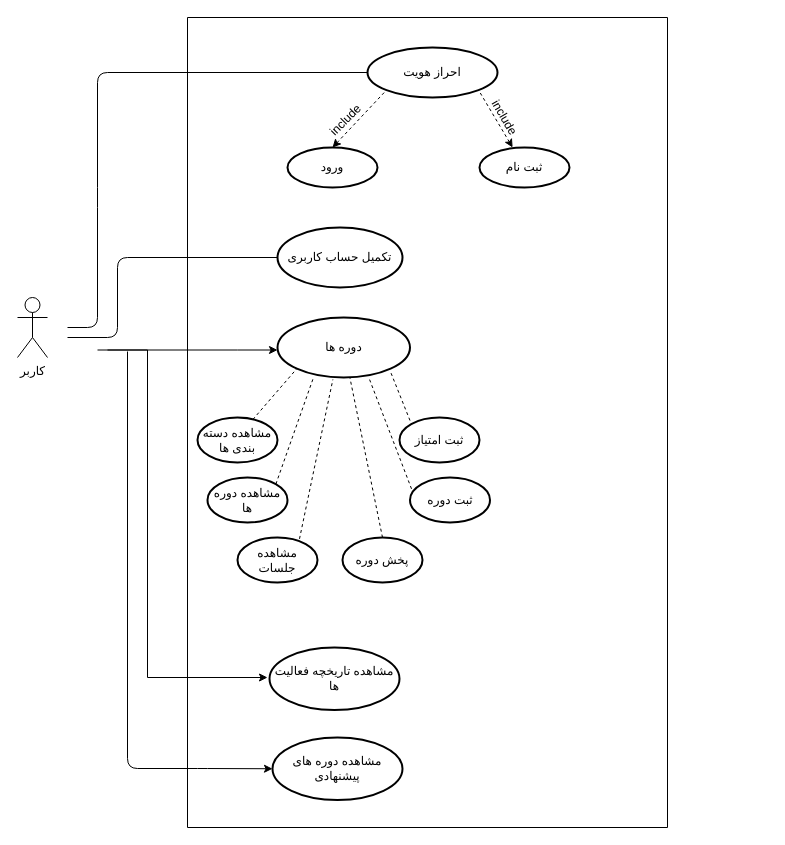
Earlier version of the draw.io diagram Docs./Usecase.drawio (ShadiMe-flutter/Workout). Source tidied: cells renumbered, new cells numbered last; positions are measured from the earlier drawing's top-left corner, leaving out a move shared by most shapes. Both pictures are drawn from the tidied source at 100%, with x=0, y=0 at pixel (17, 17).
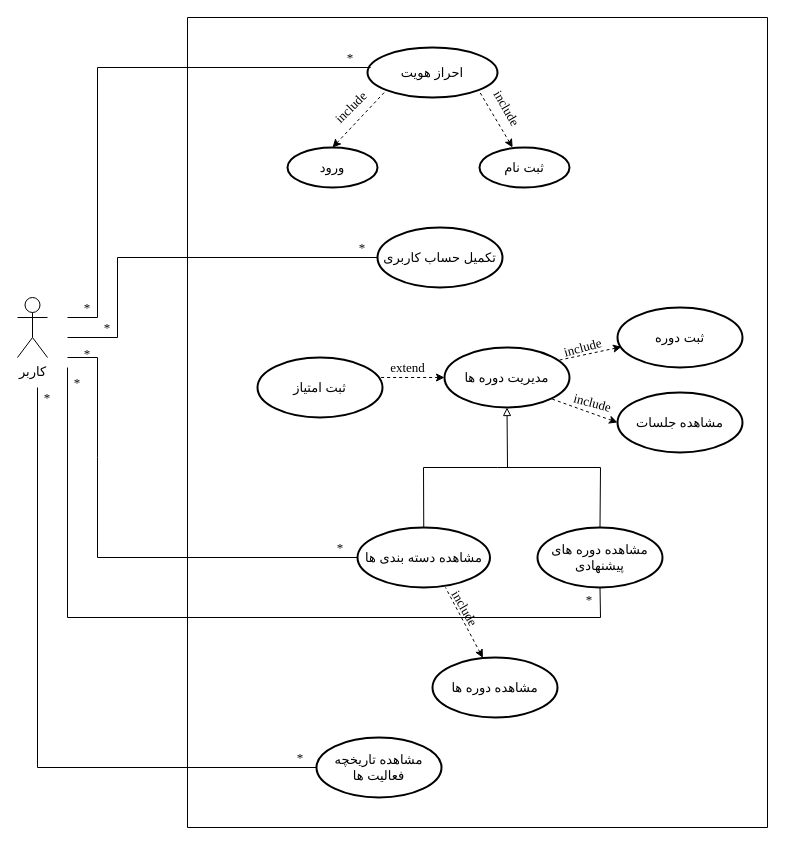
Above is the later version.

Diff of the diagram source:
```diff
@@
-    <mxCell id="2" value="کاربر" style="shape=umlActor;verticalLabelPosition=bottom;verticalAlign=top;html=1;" parent="1" vertex="1">
+    <mxCell id="2" value="&lt;font style=&quot;font-size: 13px&quot; face=&quot;B Zar&quot;&gt;کاربر&lt;/font&gt;" style="shape=umlActor;verticalLabelPosition=bottom;verticalAlign=top;html=1;" parent="1" vertex="1">
       <mxGeometry y="280" width="30" height="60" as="geometry" />
     </mxCell>
     <mxCell id="3" style="verticalLabelPosition=bottom;verticalAlign=top;html=1;shape=mxgraph.basic.rect;fillColor2=none;strokeWidth=1;size=20;indent=5;direction=south;" parent="1" vertex="1">
-      <mxGeometry x="170" width="480" height="810" as="geometry" />
+      <mxGeometry x="170" width="580" height="810" as="geometry" />
     </mxCell>
-    <mxCell id="4" value="احراز هویت" style="strokeWidth=2;html=1;shape=mxgraph.flowchart.start_1;whiteSpace=wrap;" parent="1" vertex="1">
+    <mxCell id="4" value="&lt;font face=&quot;B Zar&quot; style=&quot;font-size: 13px&quot;&gt;احراز هویت&lt;/font&gt;" style="strokeWidth=2;html=1;shape=mxgraph.flowchart.start_1;whiteSpace=wrap;fillColor=#FFFFFF;" parent="1" vertex="1">
       <mxGeometry x="350" y="30" width="130" height="50" as="geometry" />
     </mxCell>
-    <mxCell id="5" value="ورود" style="strokeWidth=2;html=1;shape=mxgraph.flowchart.start_1;whiteSpace=wrap;" parent="1" vertex="1">
+    <mxCell id="5" value="&lt;font face=&quot;B Zar&quot; style=&quot;font-size: 13px&quot;&gt;ورود&lt;/font&gt;" style="strokeWidth=2;html=1;shape=mxgraph.flowchart.start_1;whiteSpace=wrap;" parent="1" vertex="1">
       <mxGeometry x="270" y="130" width="90" height="40" as="geometry" />
     </mxCell>
-    <mxCell id="6" value="ثبت نام" style="strokeWidth=2;html=1;shape=mxgraph.flowchart.start_1;whiteSpace=wrap;" parent="1" vertex="1">
+    <mxCell id="6" value="&lt;font face=&quot;B Zar&quot; style=&quot;font-size: 13px&quot;&gt;ثبت نام&lt;/font&gt;" style="strokeWidth=2;html=1;shape=mxgraph.flowchart.start_1;whiteSpace=wrap;" parent="1" vertex="1">
       <mxGeometry x="462" y="130" width="90" height="40" as="geometry" />
     </mxCell>
@@
-    <mxCell id="9" value="include" style="text;html=1;align=center;verticalAlign=middle;fillColor=none;strokeColor=none;rounded=0;rotation=-45;direction=east;" parent="1" vertex="1">
-      <mxGeometry x="303.2" y="93" width="50" height="20" as="geometry" />
+    <mxCell id="9" value="&lt;font face=&quot;Times New Roman&quot; style=&quot;font-size: 13px&quot;&gt;include&lt;/font&gt;" style="text;html=1;align=center;verticalAlign=middle;fillColor=none;strokeColor=none;rounded=0;rotation=-45;direction=east;" parent="1" vertex="1">
+      <mxGeometry x="308.2" y="80" width="50" height="20" as="geometry" />
     </mxCell>
-    <mxCell id="10" value="include" style="text;html=1;align=center;verticalAlign=middle;fillColor=none;strokeColor=none;rounded=0;rotation=60;" parent="1" vertex="1">
-      <mxGeometry x="462" y="90" width="50" height="20" as="geometry" />
+    <mxCell id="10" value="&lt;font face=&quot;Times New Roman&quot; style=&quot;font-size: 13px&quot;&gt;include&lt;/font&gt;" style="text;html=1;align=center;verticalAlign=middle;fillColor=none;strokeColor=none;rounded=0;rotation=60;" parent="1" vertex="1">
+      <mxGeometry x="464.5" y="80" width="50" height="20" as="geometry" />
     </mxCell>
-    <mxCell id="11" value="مشاهده تاریخچه فعالیت ها" style="strokeWidth=2;html=1;shape=mxgraph.flowchart.start_1;whiteSpace=wrap;" parent="1" vertex="1">
-      <mxGeometry x="252" y="630" width="130" height="62.5" as="geometry" />
-    </mxCell>
-    <mxCell id="12" value="دوره ها" style="strokeWidth=2;html=1;shape=mxgraph.flowchart.start_1;whiteSpace=wrap;" parent="1" vertex="1">
-      <mxGeometry x="260" y="300" width="132.5" height="60" as="geometry" />
+    <mxCell id="12" value="&lt;font face=&quot;B Zar&quot; style=&quot;font-size: 13px&quot;&gt;مشاهده دسته بندی ها&lt;/font&gt;" style="strokeWidth=2;html=1;shape=mxgraph.flowchart.start_1;whiteSpace=wrap;" parent="1" vertex="1">
+      <mxGeometry x="340" y="510" width="132.5" height="60" as="geometry" />
     </mxCell>
-    <mxCell id="13" style="edgeStyle=orthogonalEdgeStyle;rounded=0;orthogonalLoop=1;jettySize=auto;html=1;" parent="1" edge="1">
-      <mxGeometry relative="1" as="geometry">
-        <mxPoint x="90" y="332.5" as="sourcePoint" />
-        <mxPoint x="250" y="660" as="targetPoint" />
-        <Array as="points">
-          <mxPoint x="130" y="333" />
-          <mxPoint x="130" y="660" />
-        </Array>
-      </mxGeometry>
-    </mxCell>
-    <mxCell id="14" style="edgeStyle=orthogonalEdgeStyle;rounded=0;jettySize=auto;html=1;" parent="1" edge="1" target="12">
-      <mxGeometry relative="1" as="geometry">
-        <mxPoint x="80" y="332.5" as="sourcePoint" />
-        <Array as="points">
-          <mxPoint x="220" y="333" />
-          <mxPoint x="220" y="333" />
-        </Array>
-      </mxGeometry>
-    </mxCell>
-    <mxCell id="15" value="تکمیل حساب کاربری" style="strokeWidth=2;html=1;shape=mxgraph.flowchart.start_1;whiteSpace=wrap;" parent="1" vertex="1">
-      <mxGeometry x="260" y="210" width="125" height="60" as="geometry" />
+    <mxCell id="15" value="&lt;font face=&quot;B Zar&quot; style=&quot;font-size: 13px&quot;&gt;تکمیل حساب کاربری&lt;/font&gt;" style="strokeWidth=2;html=1;shape=mxgraph.flowchart.start_1;whiteSpace=wrap;" parent="1" vertex="1">
+      <mxGeometry x="360" y="210" width="125" height="60" as="geometry" />
     </mxCell>
-    <mxCell id="16" value="مشاهده دوره های پیشنهادی" style="strokeWidth=2;html=1;shape=mxgraph.flowchart.start_1;whiteSpace=wrap;" parent="1" vertex="1">
-      <mxGeometry x="255" y="720" width="130" height="62.5" as="geometry" />
-    </mxCell>
-    <mxCell id="17" style="endArrow=classic;html=1;entryX=0;entryY=0.5;entryDx=0;entryDy=0;entryPerimeter=0;" parent="1" edge="1" target="16">
-      <mxGeometry relative="1" as="geometry">
-        <mxPoint x="110" y="334" as="sourcePoint" />
-        <Array as="points">
-          <mxPoint x="110" y="751" />
-          <mxPoint x="180" y="751" />
-        </Array>
-      </mxGeometry>
-    </mxCell>
-    <mxCell id="18" value="مشاهده دسته بندی ها" style="strokeWidth=2;html=1;shape=mxgraph.flowchart.start_1;whiteSpace=wrap;" parent="1" vertex="1">
-      <mxGeometry x="180" y="400" width="80" height="45" as="geometry" />
-    </mxCell>
-    <mxCell id="19" value="مشاهده دوره ها" style="strokeWidth=2;html=1;shape=mxgraph.flowchart.start_1;whiteSpace=wrap;" parent="1" vertex="1">
-      <mxGeometry x="190" y="460" width="80" height="45" as="geometry" />
-    </mxCell>
+    <mxCell id="32" value="&lt;font style=&quot;font-size: 13px&quot; face=&quot;Times New Roman&quot;&gt;*&lt;/font&gt;" style="text;html=1;strokeColor=none;fillColor=none;align=center;verticalAlign=middle;whiteSpace=wrap;rounded=0;" parent="1" vertex="1">
+      <mxGeometry x="313.2" y="30" width="40" height="20" as="geometry" />
+    </mxCell>
+    <mxCell id="33" value="&lt;font style=&quot;font-size: 13px&quot; face=&quot;Times New Roman&quot;&gt;*&lt;/font&gt;" style="text;html=1;strokeColor=none;fillColor=none;align=center;verticalAlign=middle;whiteSpace=wrap;rounded=0;" parent="1" vertex="1">
+      <mxGeometry x="50" y="280" width="40" height="20" as="geometry" />
+    </mxCell>
+    <mxCell id="34" value="&lt;font style=&quot;font-size: 13px&quot; face=&quot;Times New Roman&quot;&gt;*&lt;/font&gt;" style="text;html=1;strokeColor=none;fillColor=none;align=center;verticalAlign=middle;whiteSpace=wrap;rounded=0;" parent="1" vertex="1">
+      <mxGeometry x="325" y="220" width="40" height="20" as="geometry" />
+    </mxCell>
+    <mxCell id="35" value="&lt;font style=&quot;font-size: 13px&quot; face=&quot;Times New Roman&quot;&gt;*&lt;/font&gt;" style="text;html=1;strokeColor=none;fillColor=none;align=center;verticalAlign=middle;whiteSpace=wrap;rounded=0;" parent="1" vertex="1">
+      <mxGeometry x="70" y="300" width="40" height="20" as="geometry" />
+    </mxCell>
-    <mxCell id="20" value="ثبت امتیاز" style="strokeWidth=2;html=1;shape=mxgraph.flowchart.start_1;whiteSpace=wrap;" parent="1" vertex="1">
-      <mxGeometry x="382" y="400" width="80" height="45" as="geometry" />
+    <mxCell id="20" value="&lt;font face=&quot;B Zar&quot; style=&quot;font-size: 13px&quot;&gt;ثبت امتیاز&lt;/font&gt;" style="strokeWidth=2;html=1;shape=mxgraph.flowchart.start_1;whiteSpace=wrap;" parent="1" vertex="1">
+      <mxGeometry x="240" y="340" width="125" height="60" as="geometry" />
     </mxCell>
+    <mxCell id="36" value="&lt;font face=&quot;B Zar&quot; style=&quot;font-size: 13px&quot;&gt;مدیریت دوره ها&lt;/font&gt;" style="strokeWidth=2;html=1;shape=mxgraph.flowchart.start_1;whiteSpace=wrap;" parent="1" vertex="1">
+      <mxGeometry x="427" y="330" width="125" height="60" as="geometry" />
+    </mxCell>
-    <mxCell id="21" value="ثبت دوره" style="strokeWidth=2;html=1;shape=mxgraph.flowchart.start_1;whiteSpace=wrap;" parent="1" vertex="1">
-      <mxGeometry x="392.5" y="460" width="80" height="45" as="geometry" />
+    <mxCell id="21" value="&lt;font face=&quot;B Zar&quot; style=&quot;font-size: 13px&quot;&gt;ثبت دوره&lt;/font&gt;" style="strokeWidth=2;html=1;shape=mxgraph.flowchart.start_1;whiteSpace=wrap;" parent="1" vertex="1">
+      <mxGeometry x="600" y="290" width="125" height="60" as="geometry" />
     </mxCell>
-    <mxCell id="22" value="مشاهده جلسات" style="strokeWidth=2;html=1;shape=mxgraph.flowchart.start_1;whiteSpace=wrap;" parent="1" vertex="1">
-      <mxGeometry x="220" y="520" width="80" height="45" as="geometry" />
+    <mxCell id="22" value="&lt;font face=&quot;B Zar&quot; style=&quot;font-size: 13px&quot;&gt;مشاهده جلسات&lt;/font&gt;" style="strokeWidth=2;html=1;shape=mxgraph.flowchart.start_1;whiteSpace=wrap;" parent="1" vertex="1">
+      <mxGeometry x="600" y="375" width="125" height="60" as="geometry" />
     </mxCell>
-    <mxCell id="23" value="پخش دوره" style="strokeWidth=2;html=1;shape=mxgraph.flowchart.start_1;whiteSpace=wrap;" parent="1" vertex="1">
-      <mxGeometry x="325" y="520" width="80" height="45" as="geometry" />
-    </mxCell>
-    <mxCell id="24" style="endArrow=none;dashed=1;html=1;entryX=0.855;entryY=0.855;entryDx=0;entryDy=0;entryPerimeter=0;" parent="1" edge="1">
-      <mxGeometry relative="1" as="geometry">
-        <mxPoint x="392.5" y="403" as="sourcePoint" />
-        <mxPoint x="372.5" y="353" as="targetPoint" />
-      </mxGeometry>
-    </mxCell>
-    <mxCell id="25" style="endArrow=none;dashed=1;html=1;entryX=0.145;entryY=0.855;entryDx=0;entryDy=0;entryPerimeter=0;exitX=0.692;exitY=0.044;exitDx=0;exitDy=0;exitPerimeter=0;" parent="1" edge="1" source="18" target="12">
-      <mxGeometry relative="1" as="geometry" />
-    </mxCell>
-    <mxCell id="26" style="endArrow=none;dashed=1;html=1;entryX=0.689;entryY=1;entryDx=0;entryDy=0;entryPerimeter=0;exitX=0.019;exitY=0.252;exitDx=0;exitDy=0;exitPerimeter=0;" parent="1" edge="1" source="21" target="12">
-      <mxGeometry relative="1" as="geometry" />
-    </mxCell>
-    <mxCell id="27" style="endArrow=none;dashed=1;html=1;exitX=0.5;exitY=0;exitDx=0;exitDy=0;exitPerimeter=0;" parent="1" edge="1" source="23" target="12">
-      <mxGeometry relative="1" as="geometry" />
-    </mxCell>
-    <mxCell id="28" style="endArrow=none;dashed=1;html=1;exitX=0.855;exitY=0.145;exitDx=0;exitDy=0;exitPerimeter=0;" parent="1" edge="1" source="19">
-      <mxGeometry relative="1" as="geometry">
-        <mxPoint x="296" y="360" as="targetPoint" />
-      </mxGeometry>
-    </mxCell>
-    <mxCell id="29" style="endArrow=none;dashed=1;html=1;entryX=0.418;entryY=1.033;entryDx=0;entryDy=0;entryPerimeter=0;exitX=0.775;exitY=0.03;exitDx=0;exitDy=0;exitPerimeter=0;" parent="1" edge="1" source="22" target="12">
-      <mxGeometry relative="1" as="geometry" />
-    </mxCell>
-    <mxCell id="30" style="endArrow=none;html=1;entryX=0;entryY=0.5;entryDx=0;entryDy=0;entryPerimeter=0;" parent="1" edge="1" target="4">
-      <mxGeometry relative="1" as="geometry">
-        <mxPoint x="50" y="310" as="sourcePoint" />
-        <Array as="points">
-          <mxPoint x="80" y="310" />
-          <mxPoint x="80" y="180" />
-          <mxPoint x="80" y="55" />
-        </Array>
-      </mxGeometry>
-    </mxCell>
-    <mxCell id="31" style="endArrow=none;html=1;entryX=0;entryY=0.5;entryDx=0;entryDy=0;entryPerimeter=0;" parent="1" edge="1" target="15">
-      <mxGeometry relative="1" as="geometry">
-        <mxPoint x="50" y="320" as="sourcePoint" />
-        <Array as="points">
-          <mxPoint x="100" y="320" />
-          <mxPoint x="100" y="240" />
-        </Array>
-      </mxGeometry>
-    </mxCell>
+    <mxCell id="16" value="&lt;font style=&quot;font-size: 13px&quot; face=&quot;B Zar&quot;&gt;مشاهده دوره های پیشنهادی&lt;/font&gt;" style="strokeWidth=2;html=1;shape=mxgraph.flowchart.start_1;whiteSpace=wrap;" parent="1" vertex="1">
+      <mxGeometry x="520" y="510" width="125" height="60" as="geometry" />
+    </mxCell>
+    <mxCell id="19" value="&lt;font face=&quot;B Zar&quot; style=&quot;font-size: 13px&quot;&gt;مشاهده دوره ها&lt;/font&gt;" style="strokeWidth=2;html=1;shape=mxgraph.flowchart.start_1;whiteSpace=wrap;" parent="1" vertex="1">
+      <mxGeometry x="415" y="640" width="125" height="60" as="geometry" />
+    </mxCell>
+    <mxCell id="11" value="&lt;font face=&quot;B Zar&quot; style=&quot;font-size: 13px&quot;&gt;مشاهده تاریخچه فعالیت ها&lt;/font&gt;" style="strokeWidth=2;html=1;shape=mxgraph.flowchart.start_1;whiteSpace=wrap;" parent="1" vertex="1">
+      <mxGeometry x="299" y="720" width="125" height="60" as="geometry" />
+    </mxCell>
+    <mxCell id="37" style="endArrow=none;dashed=1;html=1;exitX=0.032;exitY=0.656;exitDx=0;exitDy=0;exitPerimeter=0;startArrow=classic;startFill=1;" parent="1" edge="1" source="21">
+      <mxGeometry relative="1" as="geometry">
+        <mxPoint x="540" y="343" as="targetPoint" />
+      </mxGeometry>
+    </mxCell>
+    <mxCell id="38" style="endArrow=none;dashed=1;html=1;exitX=0;exitY=0.5;exitDx=0;exitDy=0;exitPerimeter=0;entryX=0.855;entryY=0.855;entryDx=0;entryDy=0;entryPerimeter=0;startArrow=classic;startFill=1;" parent="1" edge="1" source="22" target="36">
+      <mxGeometry relative="1" as="geometry" />
+    </mxCell>
+    <mxCell id="39" style="endArrow=none;dashed=1;html=1;exitX=0;exitY=0.5;exitDx=0;exitDy=0;exitPerimeter=0;entryX=0.972;entryY=0.333;entryDx=0;entryDy=0;entryPerimeter=0;startArrow=classic;startFill=1;" parent="1" edge="1" source="36" target="20">
+      <mxGeometry relative="1" as="geometry" />
+    </mxCell>
+    <mxCell id="40" value="&lt;font face=&quot;Times New Roman&quot; style=&quot;font-size: 13px&quot;&gt;include&lt;/font&gt;" style="text;html=1;align=center;verticalAlign=middle;fillColor=none;strokeColor=none;rounded=0;rotation=-15;direction=east;" parent="1" vertex="1">
+      <mxGeometry x="540" y="320" width="50" height="20" as="geometry" />
+    </mxCell>
+    <mxCell id="41" value="&lt;font face=&quot;Times New Roman&quot; style=&quot;font-size: 13px&quot;&gt;include&lt;/font&gt;" style="text;html=1;align=center;verticalAlign=middle;fillColor=none;strokeColor=none;rounded=0;rotation=15;direction=east;" parent="1" vertex="1">
+      <mxGeometry x="550" y="375" width="50" height="20" as="geometry" />
+    </mxCell>
+    <mxCell id="42" value="&lt;font face=&quot;Times New Roman&quot; style=&quot;font-size: 13px&quot;&gt;extend&lt;/font&gt;" style="text;html=1;align=center;verticalAlign=middle;fillColor=none;strokeColor=none;rounded=0;rotation=0;direction=east;" parent="1" vertex="1">
+      <mxGeometry x="365" y="340" width="50" height="20" as="geometry" />
+    </mxCell>
+    <mxCell id="43" style="endArrow=none;html=1;rounded=0;exitX=0.5;exitY=0;exitDx=0;exitDy=0;exitPerimeter=0;entryX=0.5;entryY=0;entryDx=0;entryDy=0;entryPerimeter=0;" parent="1" edge="1" source="12" target="16">
+      <mxGeometry relative="1" as="geometry">
+        <Array as="points">
+          <mxPoint x="406" y="450" />
+          <mxPoint x="480" y="450" />
+          <mxPoint x="583" y="450" />
+        </Array>
+      </mxGeometry>
+    </mxCell>
+    <mxCell id="44" style="endArrow=none;html=1;rounded=0;exitX=0;exitY=1;exitDx=0;exitDy=0;entryX=1;entryY=1;entryDx=0;entryDy=0;" parent="1" edge="1" source="33" target="32">
+      <mxGeometry relative="1" as="geometry">
+        <Array as="points">
+          <mxPoint x="80" y="300" />
+          <mxPoint x="80" y="50" />
+        </Array>
+      </mxGeometry>
+    </mxCell>
+    <mxCell id="45" style="endArrow=none;html=1;rounded=0;" parent="1" edge="1">
+      <mxGeometry relative="1" as="geometry">
+        <mxPoint x="50" y="320" as="sourcePoint" />
+        <mxPoint x="360" y="240" as="targetPoint" />
+        <Array as="points">
+          <mxPoint x="100" y="320" />
+          <mxPoint x="100" y="240" />
+        </Array>
+      </mxGeometry>
+    </mxCell>
+    <mxCell id="46" style="endArrow=none;html=1;startArrow=block;startFill=0;exitX=0.5;exitY=1;exitDx=0;exitDy=0;exitPerimeter=0;" parent="1" edge="1" source="36">
+      <mxGeometry relative="1" as="geometry">
+        <mxPoint x="490" y="450" as="targetPoint" />
+      </mxGeometry>
+    </mxCell>
+    <mxCell id="47" style="endArrow=none;html=1;rounded=0;entryX=0;entryY=0.5;entryDx=0;entryDy=0;entryPerimeter=0;" parent="1" edge="1" target="12">
+      <mxGeometry relative="1" as="geometry">
+        <mxPoint x="50" y="340" as="sourcePoint" />
+        <Array as="points">
+          <mxPoint x="80" y="340" />
+          <mxPoint x="80" y="440" />
+          <mxPoint x="80" y="540" />
+        </Array>
+      </mxGeometry>
+    </mxCell>
+    <mxCell id="48" style="endArrow=none;html=1;rounded=0;entryX=0.5;entryY=1;entryDx=0;entryDy=0;entryPerimeter=0;" parent="1" edge="1" target="16">
+      <mxGeometry relative="1" as="geometry">
+        <mxPoint x="50" y="350" as="sourcePoint" />
+        <Array as="points">
+          <mxPoint x="50" y="600" />
+          <mxPoint x="583" y="600" />
+        </Array>
+      </mxGeometry>
+    </mxCell>
+    <mxCell id="49" value="&lt;font style=&quot;font-size: 13px&quot; face=&quot;Times New Roman&quot;&gt;*&lt;/font&gt;" style="text;html=1;strokeColor=none;fillColor=none;align=center;verticalAlign=middle;whiteSpace=wrap;rounded=0;" parent="1" vertex="1">
+      <mxGeometry x="50" y="326" width="40" height="20" as="geometry" />
+    </mxCell>
+    <mxCell id="50" value="&lt;font style=&quot;font-size: 13px&quot; face=&quot;Times New Roman&quot;&gt;*&lt;/font&gt;" style="text;html=1;strokeColor=none;fillColor=none;align=center;verticalAlign=middle;whiteSpace=wrap;rounded=0;" parent="1" vertex="1">
+      <mxGeometry x="40" y="355" width="40" height="20" as="geometry" />
+    </mxCell>
+    <mxCell id="51" value="&lt;font style=&quot;font-size: 13px&quot; face=&quot;Times New Roman&quot;&gt;*&lt;/font&gt;" style="text;html=1;strokeColor=none;fillColor=none;align=center;verticalAlign=middle;whiteSpace=wrap;rounded=0;" parent="1" vertex="1">
+      <mxGeometry x="303.2" y="520" width="40" height="20" as="geometry" />
+    </mxCell>
+    <mxCell id="52" value="&lt;font style=&quot;font-size: 13px&quot; face=&quot;Times New Roman&quot;&gt;*&lt;/font&gt;" style="text;html=1;strokeColor=none;fillColor=none;align=center;verticalAlign=middle;whiteSpace=wrap;rounded=0;" parent="1" vertex="1">
+      <mxGeometry x="552" y="572" width="40" height="20" as="geometry" />
+    </mxCell>
+    <mxCell id="53" style="endArrow=none;dashed=1;html=1;entryX=0.855;entryY=0.855;entryDx=0;entryDy=0;entryPerimeter=0;startArrow=classic;startFill=1;exitX=0.403;exitY=0.006;exitDx=0;exitDy=0;exitPerimeter=0;" parent="1" edge="1" source="19">
+      <mxGeometry relative="1" as="geometry">
+        <mxPoint x="428" y="570" as="targetPoint" />
+      </mxGeometry>
+    </mxCell>
+    <mxCell id="54" value="&lt;font face=&quot;Times New Roman&quot; style=&quot;font-size: 13px&quot;&gt;include&lt;/font&gt;" style="text;html=1;align=center;verticalAlign=middle;fillColor=none;strokeColor=none;rounded=0;rotation=60;" parent="1" vertex="1">
+      <mxGeometry x="422.5" y="580" width="50" height="20" as="geometry" />
+    </mxCell>
+    <mxCell id="55" style="endArrow=none;html=1;rounded=0;entryX=0;entryY=0.5;entryDx=0;entryDy=0;entryPerimeter=0;" parent="1" edge="1" target="11">
+      <mxGeometry relative="1" as="geometry">
+        <mxPoint x="20" y="370" as="sourcePoint" />
+        <Array as="points">
+          <mxPoint x="20" y="750" />
+        </Array>
+      </mxGeometry>
+    </mxCell>
+    <mxCell id="56" value="&lt;font style=&quot;font-size: 13px&quot; face=&quot;Times New Roman&quot;&gt;*&lt;/font&gt;" style="text;html=1;strokeColor=none;fillColor=none;align=center;verticalAlign=middle;whiteSpace=wrap;rounded=0;" parent="1" vertex="1">
+      <mxGeometry x="10" y="370" width="40" height="20" as="geometry" />
+    </mxCell>
+    <mxCell id="57" value="&lt;font style=&quot;font-size: 13px&quot; face=&quot;Times New Roman&quot;&gt;*&lt;/font&gt;" style="text;html=1;strokeColor=none;fillColor=none;align=center;verticalAlign=middle;whiteSpace=wrap;rounded=0;" parent="1" vertex="1">
+      <mxGeometry x="263.2" y="730" width="40" height="20" as="geometry" />
+    </mxCell>
```
